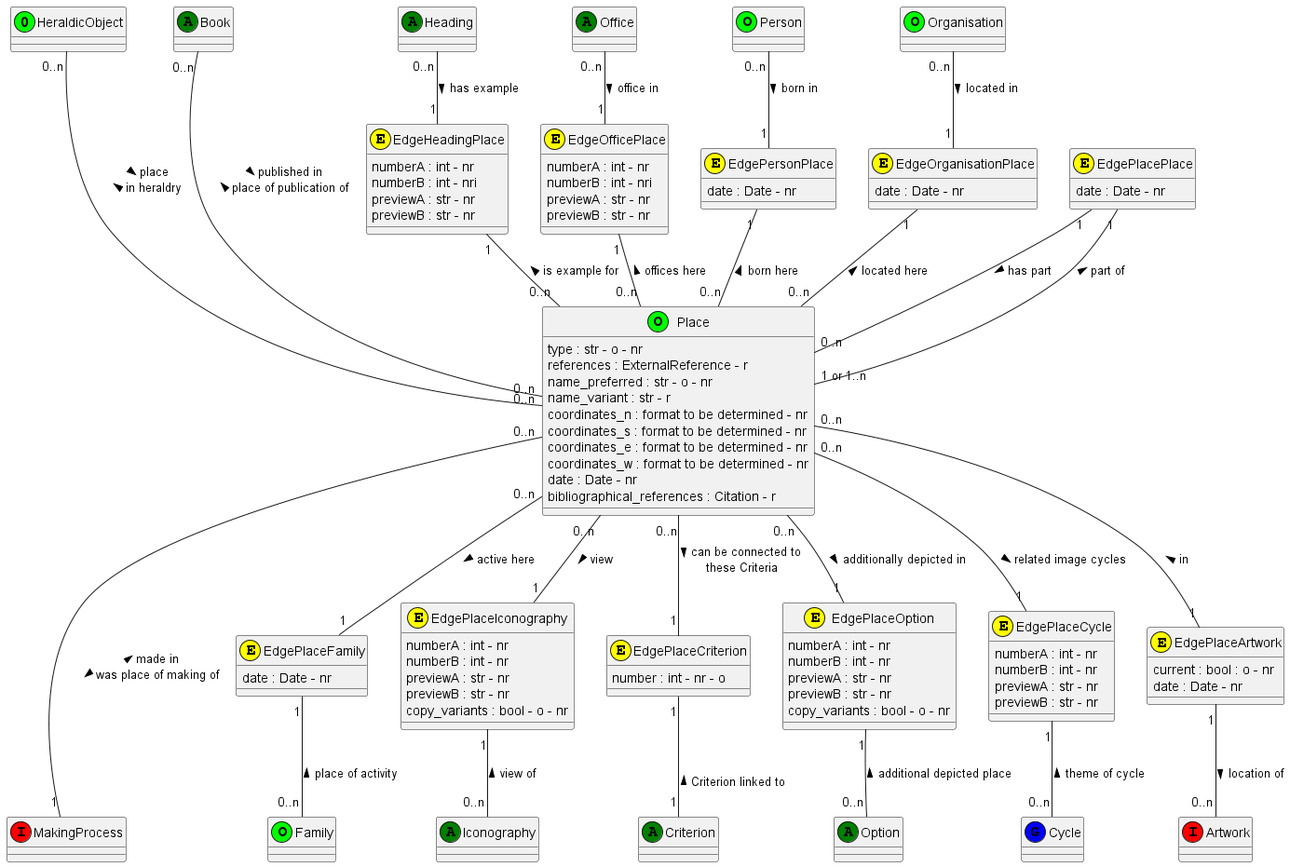
Before: documentation/class_diagrams/Place.png, a diagram exported from PlantUML (tmasch/bpf_be).
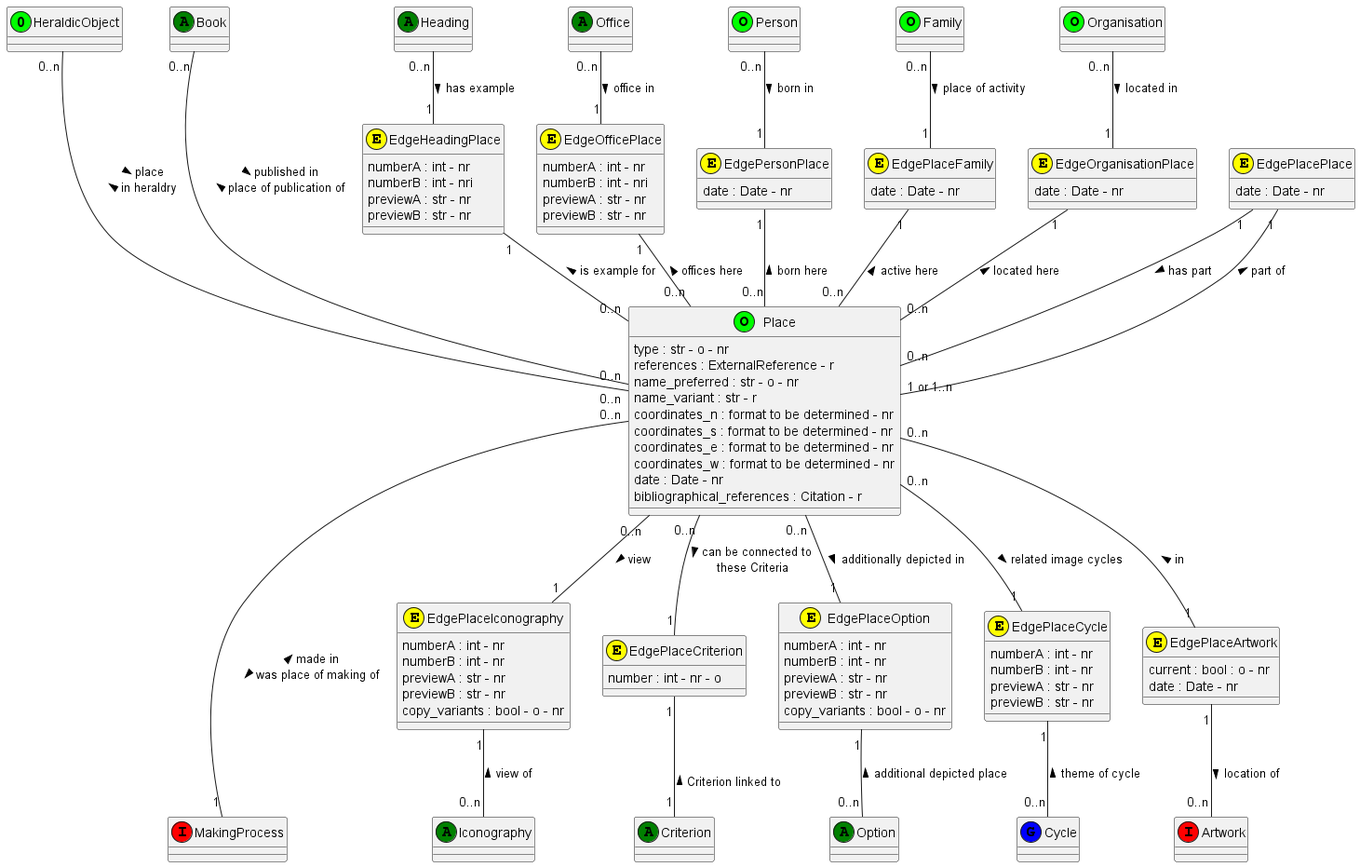
After the commit.

The edit, as a diff of the source:
```diff
@@ -95,8 +95,8 @@
 Person "0..n" -- "1" EdgePersonPlace : born in >
 EdgePersonPlace "1" -- "0..n" Place : born here <
 
-Place "0..n" -- "1" EdgePlaceFamily: active here >
-EdgePlaceFamily "1" -- "0..n" Family : place of activity <
+Family "0..n" -- "1" EdgePlaceFamily: place of activity >
+EdgePlaceFamily "1" -- "0..n" Place :  active here <
 
 Office "0..n" -- "1" EdgeOfficePlace : > office in
 EdgeOfficePlace "1" -- "0..n" Place :  offices here <
```
